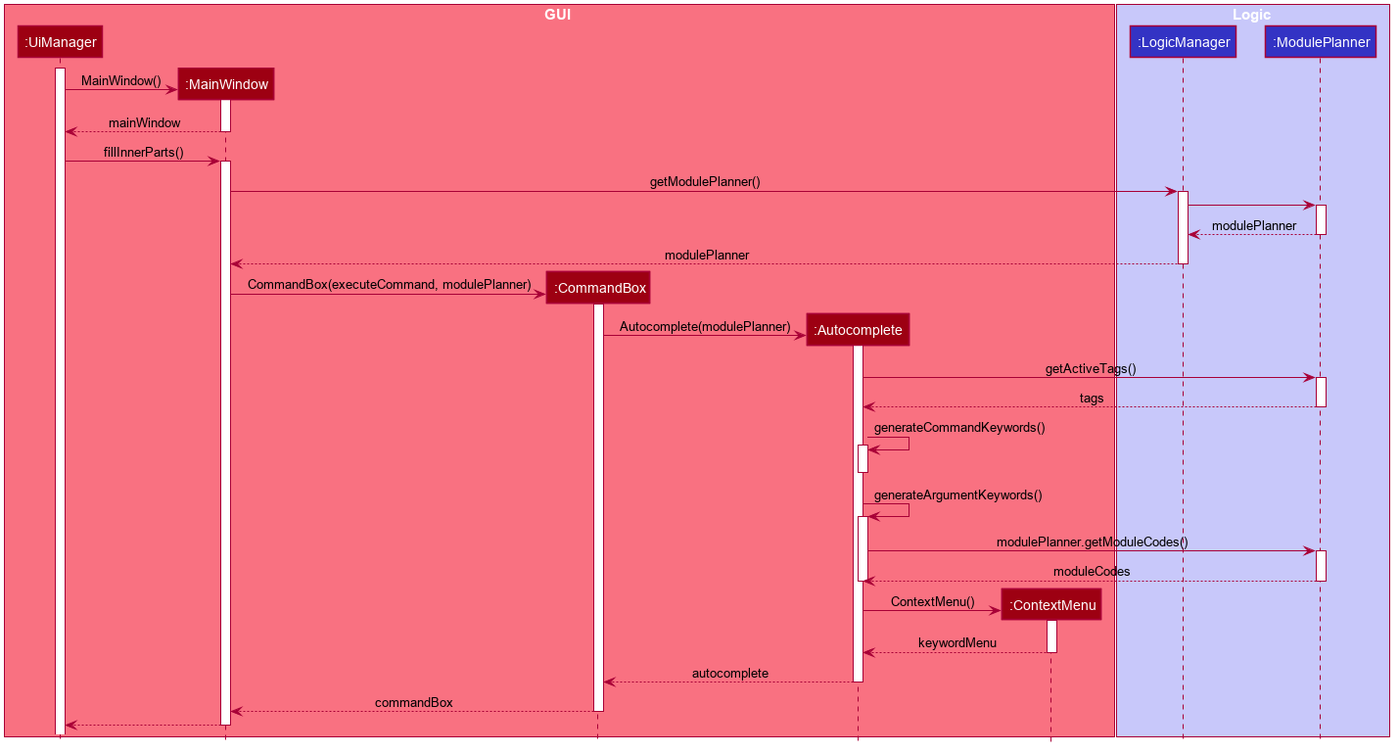
Before: docs/images/AutocompleteSequenceDiagram.png, a diagram exported from PlantUML (nus-cs2103-AY1920S1/addressbook-level3).
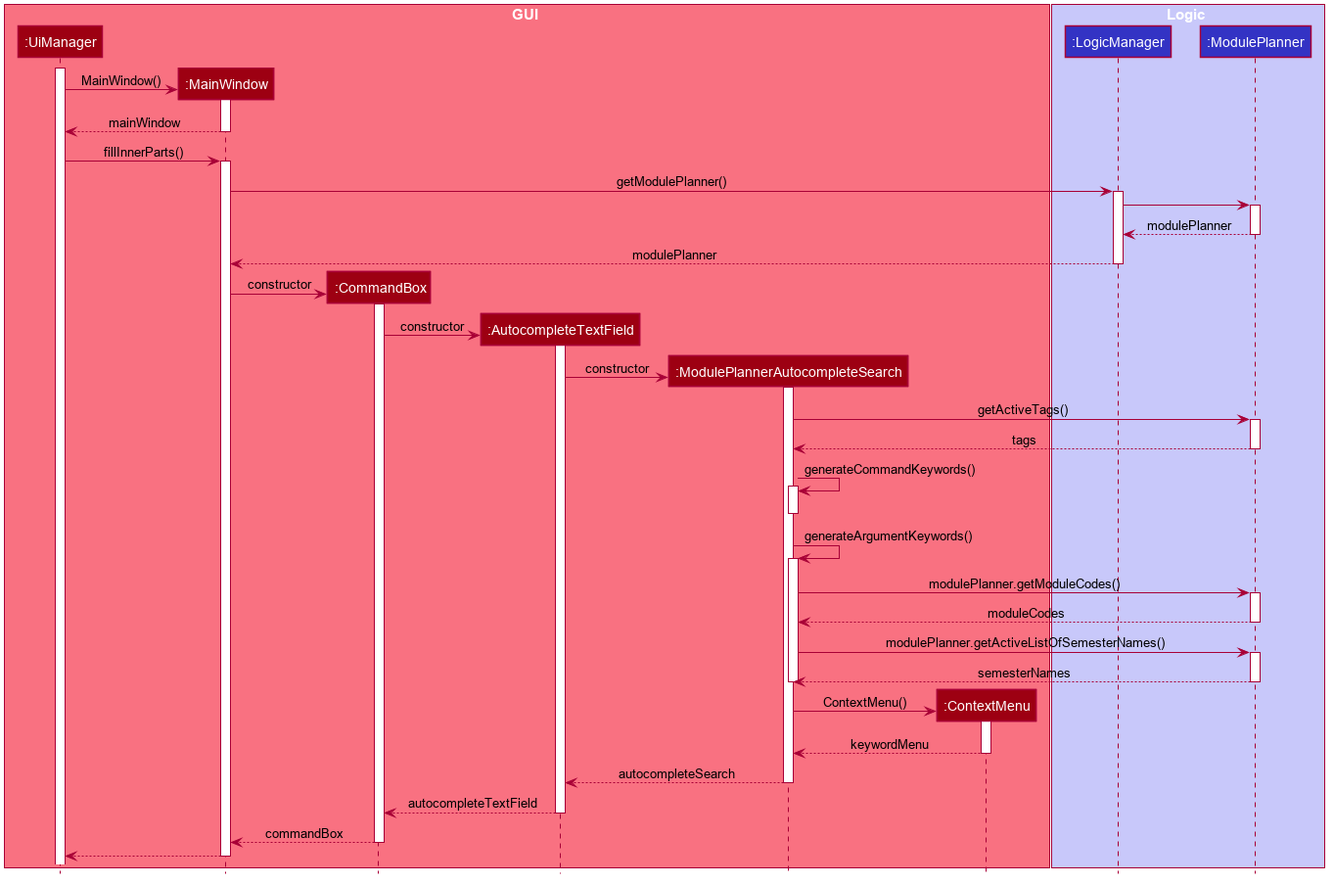
The same diagram one commit later.

The edit, as a diff of the source:
```diff
@@ -55,7 +55,8 @@
 participant ":UiManager" as UiManager #9D0012
 participant ":MainWindow" as MainWindow #9D0012
 participant ":CommandBox" as CommandBox #9D0012
-participant ":Autocomplete" as Autocomplete #9D0012
+participant ":AutocompleteTextField" as AutocompleteTextField #9D0012
+participant ":ModulePlannerAutocompleteSearch" as ModulePlannerAutocompleteSearch #9D0012
 participant ":ContextMenu" as ContextMenu #9D0012
 end box
 
@@ -82,37 +83,46 @@
 
 deactivate LogicManager
 create CommandBox
-MainWindow -> CommandBox: CommandBox(executeCommand, modulePlanner)
+MainWindow -> CommandBox: constructor
 activate CommandBox
 
-create Autocomplete
-CommandBox -> Autocomplete: Autocomplete(modulePlanner)
-activate Autocomplete
+create AutocompleteTextField
+CommandBox -> AutocompleteTextField: constructor
+activate AutocompleteTextField
 
-Autocomplete -> ReadOnlyModulePlanner: getActiveTags()
+create ModulePlannerAutocompleteSearch
+AutocompleteTextField -> ModulePlannerAutocompleteSearch: constructor
+activate ModulePlannerAutocompleteSearch
+
+ModulePlannerAutocompleteSearch -> ReadOnlyModulePlanner: getActiveTags()
 activate ReadOnlyModulePlanner
-ReadOnlyModulePlanner --> Autocomplete: tags
+ReadOnlyModulePlanner --> ModulePlannerAutocompleteSearch: tags
 deactivate ReadOnlyModulePlanner
 
-Autocomplete -> Autocomplete: generateCommandKeywords()
-activate Autocomplete
-deactivate Autocomplete
-Autocomplete -> Autocomplete: generateArgumentKeywords()
-activate Autocomplete
-Autocomplete -> ReadOnlyModulePlanner: modulePlanner.getModuleCodes()
+ModulePlannerAutocompleteSearch -> ModulePlannerAutocompleteSearch: generateCommandKeywords()
+activate ModulePlannerAutocompleteSearch
+deactivate ModulePlannerAutocompleteSearch
+ModulePlannerAutocompleteSearch -> ModulePlannerAutocompleteSearch: generateArgumentKeywords()
+activate ModulePlannerAutocompleteSearch
+ModulePlannerAutocompleteSearch -> ReadOnlyModulePlanner: modulePlanner.getModuleCodes()
 activate ReadOnlyModulePlanner
-ReadOnlyModulePlanner --> Autocomplete: moduleCodes
+ReadOnlyModulePlanner --> ModulePlannerAutocompleteSearch: moduleCodes
 deactivate ReadOnlyModulePlanner
-deactivate Autocomplete
+ModulePlannerAutocompleteSearch -> ReadOnlyModulePlanner: modulePlanner.getActiveListOfSemesterNames()
+activate ReadOnlyModulePlanner
+ReadOnlyModulePlanner --> ModulePlannerAutocompleteSearch: semesterNames
+deactivate ReadOnlyModulePlanner
+deactivate ModulePlannerAutocompleteSearch
 create ContextMenu
-Autocomplete -> ContextMenu: ContextMenu()
+ModulePlannerAutocompleteSearch -> ContextMenu: ContextMenu()
 activate ContextMenu
-ContextMenu --> Autocomplete: keywordMenu
+ContextMenu --> ModulePlannerAutocompleteSearch: keywordMenu
 deactivate ContextMenu
 
-
-Autocomplete --> CommandBox: autocomplete
-deactivate Autocomplete
+ModulePlannerAutocompleteSearch --> AutocompleteTextField: autocompleteSearch
+deactivate ModulePlannerAutocompleteSearch
+AutocompleteTextField --> CommandBox: autocompleteTextField
+deactivate AutocompleteTextField
 CommandBox --> MainWindow: commandBox
 deactivate CommandBox
 MainWindow --> UiManager
```
